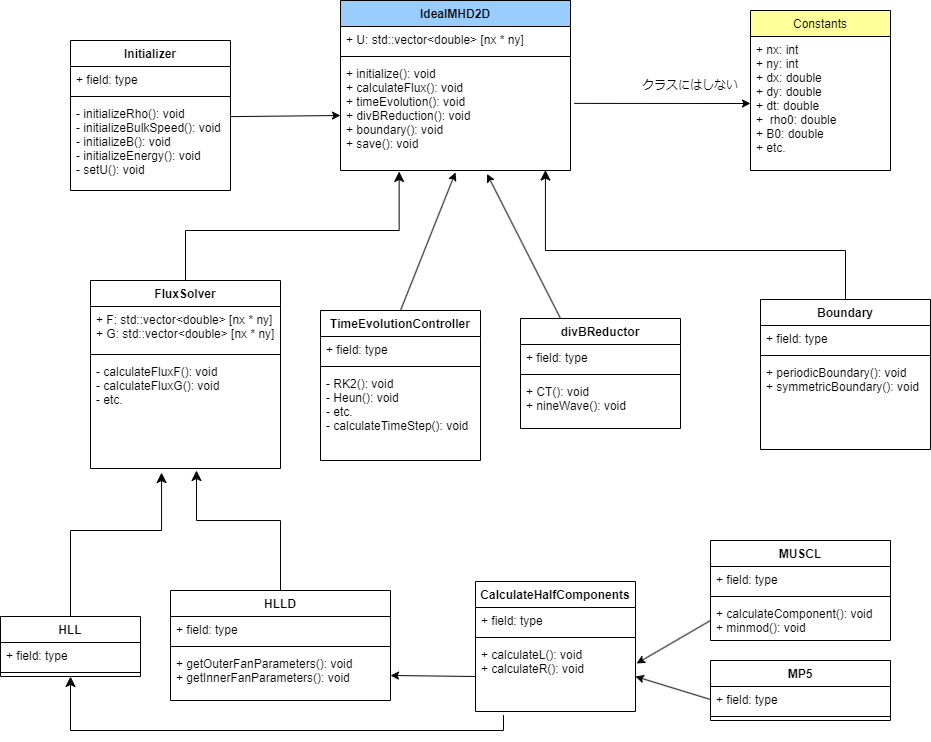
Above: UML.drawio.png in keita-akutagawa/IdealMHD_cpp (draw.io), before the change. Source tidied: cells renumbered, new cells last; positions are measured from the earlier drawing's top-left corner, leaving out a move shared by most shapes.
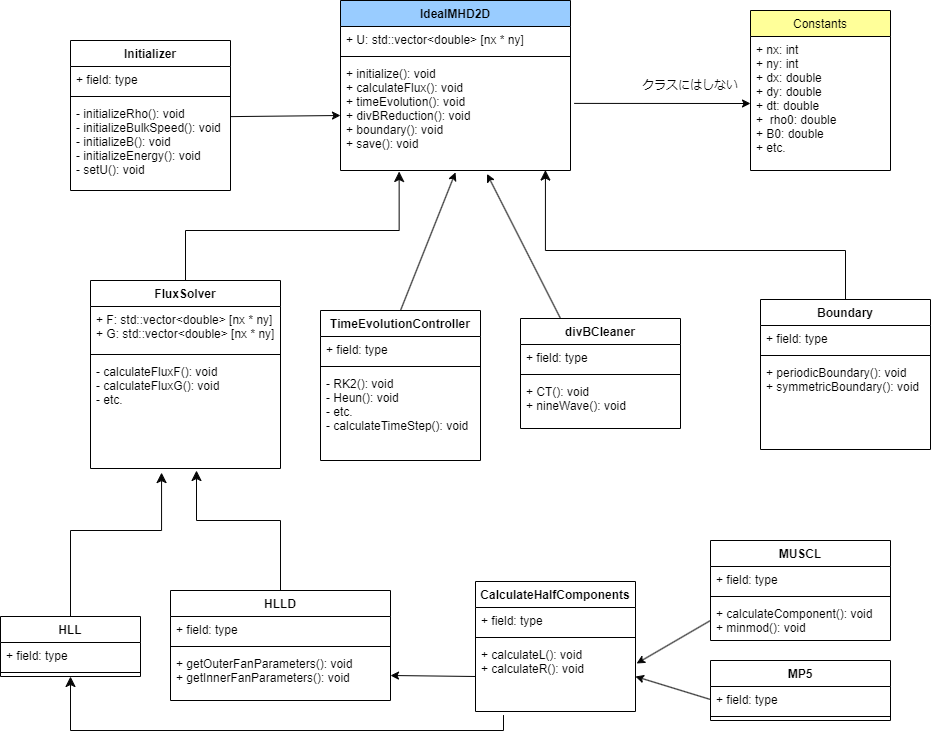
After the commit.

The edit, as a diff of the source:
```diff
@@ -119,7 +119,7 @@
         <mxPoint x="390" y="675" as="targetPoint" />
       </mxGeometry>
     </mxCell>
-    <mxCell id="34" value="divBReductor" style="swimlane;fontStyle=1;align=center;verticalAlign=top;horizontal=1;startSize=26;" parent="1" vertex="1">
+    <mxCell id="34" value="divBCleaner" style="swimlane;fontStyle=1;align=center;verticalAlign=top;horizontal=1;startSize=26;" parent="1" vertex="1">
       <mxGeometry x="520" y="318" width="160" height="110" as="geometry" />
     </mxCell>
     <mxCell id="35" value="+ field: type" style="text;strokeColor=none;fillColor=none;align=left;verticalAlign=top;spacingLeft=4;spacingRight=4;overflow=hidden;" parent="34" vertex="1">
```
